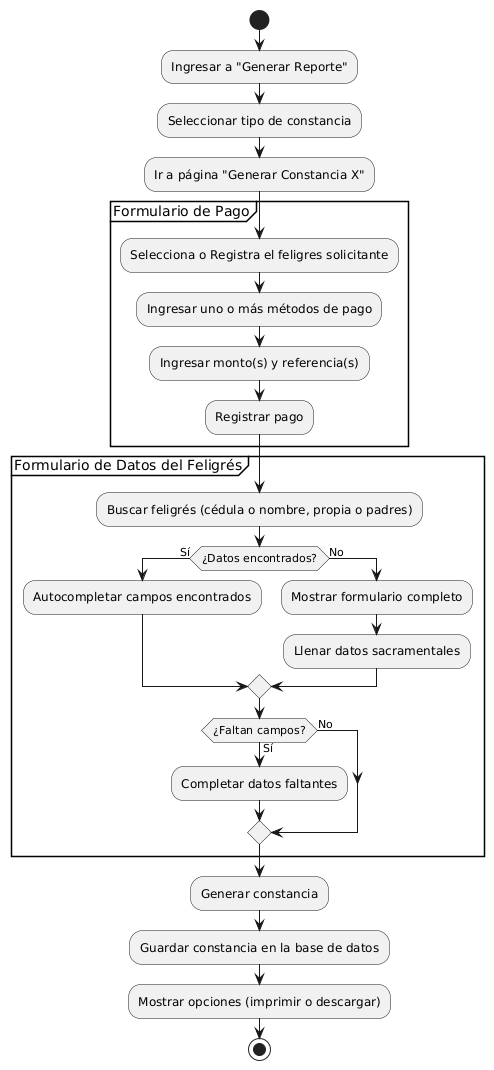
This is Documentacion/proceso generar constancia.png from EGA-SUPREMO/Sistema-de-Gestion-Parroquial, a PlantUML export, as it was before one commit.
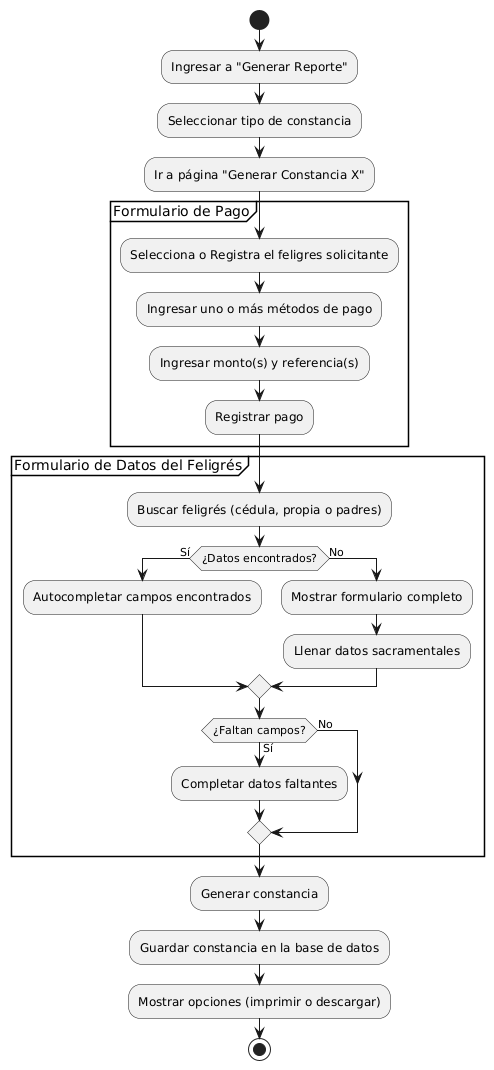
Later version of the same file.

Diff of the diagram source:
```diff
@@ -13,7 +13,7 @@
 }
 
 partition "Formulario de Datos del Feligrés" {
-    :Buscar feligrés (cédula o nombre, propia o padres);
+    :Buscar feligrés (cédula, propia o padres);
     if (¿Datos encontrados?) then (Sí)
         :Autocompletar campos encontrados;
     else (No)
```
